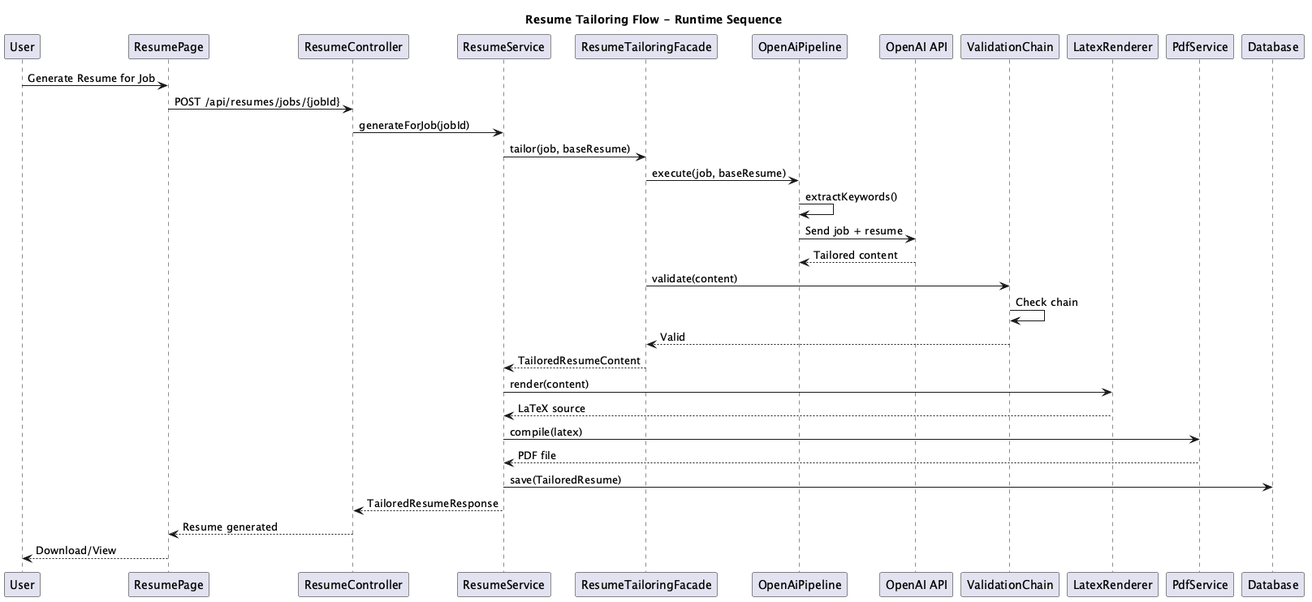
Anmol-tech/NextOffer keeps this PlantUML diagram as docs/diagrams/png/NextOffer_Resume_Tailoring_Flow.png. Above is the earlier version. Source of this version:
```plantuml
@startuml NextOffer_Resume_Tailoring_Flow
title Resume Tailoring Flow - Runtime Sequence
participant "User" as EndUser
participant "ResumePage" as UI
participant "ResumeController" as Controller
participant "ResumeService" as Service
participant "ResumeTailoringFacade" as Facade
participant "OpenAiPipeline" as Pipeline
participant "OpenAI API" as OpenAI
participant "ValidationChain" as Validation
participant "LatexRenderer" as Renderer
participant "PdfService" as Pdf
participant "Database" as DB

EndUser -> UI: Generate Resume for Job
UI -> Controller: POST /api/resumes/jobs/{jobId}
Controller -> Service: generateForJob(jobId)
Service -> Facade: tailor(job, baseResume)
Facade -> Pipeline: execute(job, baseResume)
Pipeline -> Pipeline: extractKeywords()
Pipeline -> OpenAI: Send job + resume
OpenAI --> Pipeline: Tailored content
Facade -> Validation: validate(content)
Validation -> Validation: Check chain
Validation --> Facade: Valid
Facade --> Service: TailoredResumeContent
Service -> Renderer: render(content)
Renderer --> Service: LaTeX source
Service -> Pdf: compile(latex)
Pdf --> Service: PDF file
Service -> DB: save(TailoredResume)
Service --> Controller: TailoredResumeResponse
Controller --> UI: Resume generated
UI --> EndUser: Download/View

@enduml
```
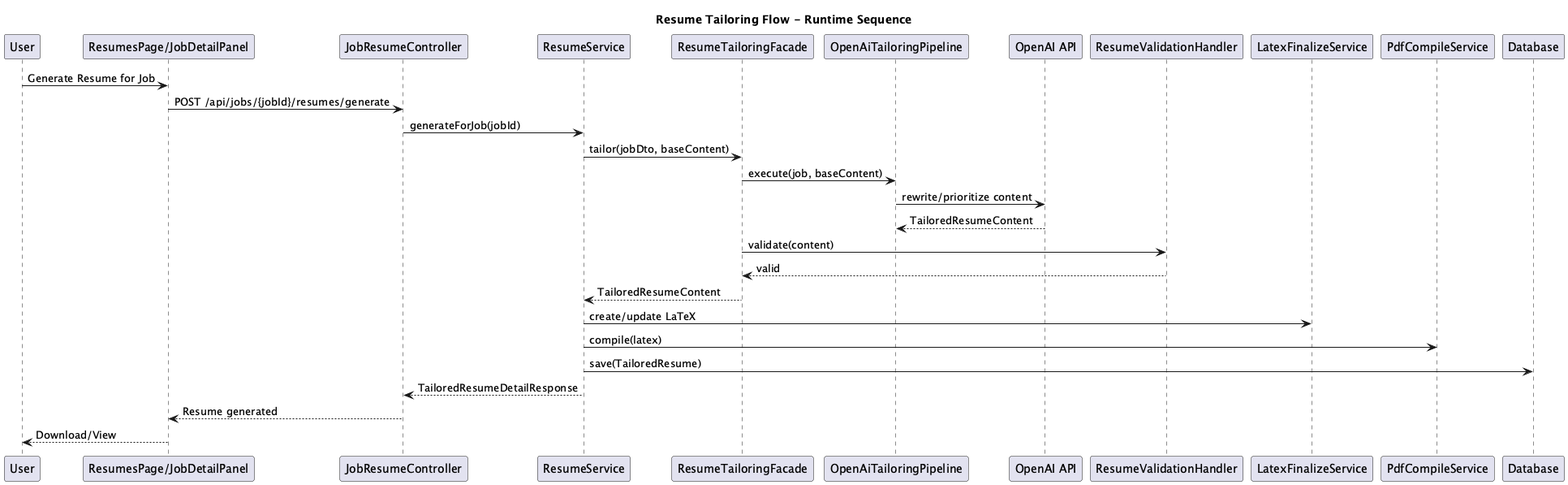
The same diagram one commit later.

Change to the diagram source:
```diff
@@ -1,35 +1,31 @@
 @startuml NextOffer_Resume_Tailoring_Flow
 title Resume Tailoring Flow - Runtime Sequence
 participant "User" as EndUser
-participant "ResumePage" as UI
-participant "ResumeController" as Controller
+participant "ResumesPage/JobDetailPanel" as UI
+participant "JobResumeController" as Controller
 participant "ResumeService" as Service
 participant "ResumeTailoringFacade" as Facade
-participant "OpenAiPipeline" as Pipeline
+participant "OpenAiTailoringPipeline" as Pipeline
 participant "OpenAI API" as OpenAI
-participant "ValidationChain" as Validation
-participant "LatexRenderer" as Renderer
-participant "PdfService" as Pdf
+participant "ResumeValidationHandler" as Validation
+participant "LatexFinalizeService" as Finalize
+participant "PdfCompileService" as Pdf
 participant "Database" as DB
 
 EndUser -> UI: Generate Resume for Job
-UI -> Controller: POST /api/resumes/jobs/{jobId}
+UI -> Controller: POST /api/jobs/{jobId}/resumes/generate
 Controller -> Service: generateForJob(jobId)
-Service -> Facade: tailor(job, baseResume)
-Facade -> Pipeline: execute(job, baseResume)
-Pipeline -> Pipeline: extractKeywords()
-Pipeline -> OpenAI: Send job + resume
-OpenAI --> Pipeline: Tailored content
+Service -> Facade: tailor(jobDto, baseContent)
+Facade -> Pipeline: execute(job, baseContent)
+Pipeline -> OpenAI: rewrite/prioritize content
+OpenAI --> Pipeline: TailoredResumeContent
 Facade -> Validation: validate(content)
-Validation -> Validation: Check chain
-Validation --> Facade: Valid
+Validation --> Facade: valid
 Facade --> Service: TailoredResumeContent
-Service -> Renderer: render(content)
-Renderer --> Service: LaTeX source
+Service -> Finalize: create/update LaTeX
 Service -> Pdf: compile(latex)
-Pdf --> Service: PDF file
 Service -> DB: save(TailoredResume)
-Service --> Controller: TailoredResumeResponse
+Service --> Controller: TailoredResumeDetailResponse
 Controller --> UI: Resume generated
 UI --> EndUser: Download/View
 
```
